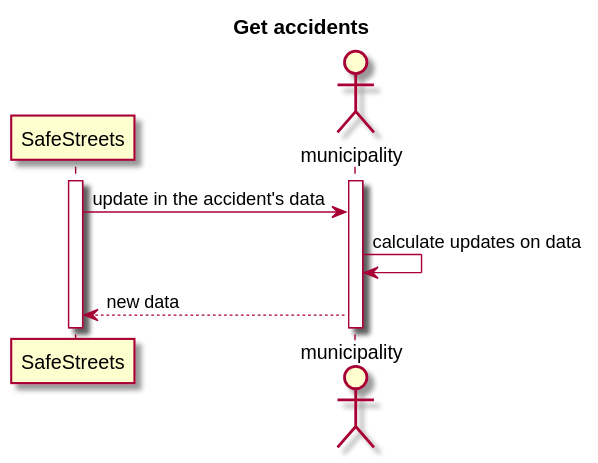
simonebraga/software_engineering_project_2020 keeps this PlantUML diagram as RASD/resources/get_accidents_sequence_diagram.svg. Above is the earlier version. Its diagram source:
```plantuml
@startuml

title Get accidents

participant SafeStreets as safe
actor municipality

activate safe
activate municipality

safe -> municipality : update in the accident's data
municipality -> municipality : calculate updates on data
municipality --> safe : new data



@enduml
```
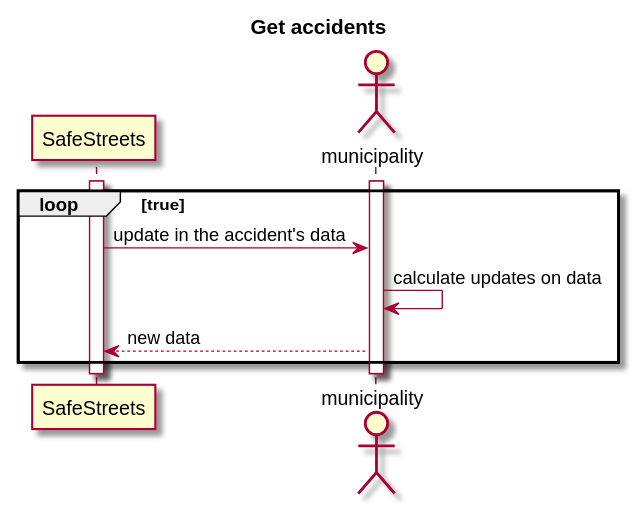
Above is the later version.

Commit message:
add get accident data sequence diagram

Change to the diagram source:
```diff
@@ -6,11 +6,13 @@
 actor municipality
 
 activate safe
+
+loop true
 activate municipality
-
 safe -> municipality : update in the accident's data
 municipality -> municipality : calculate updates on data
 municipality --> safe : new data
+end
 
 
 
```
